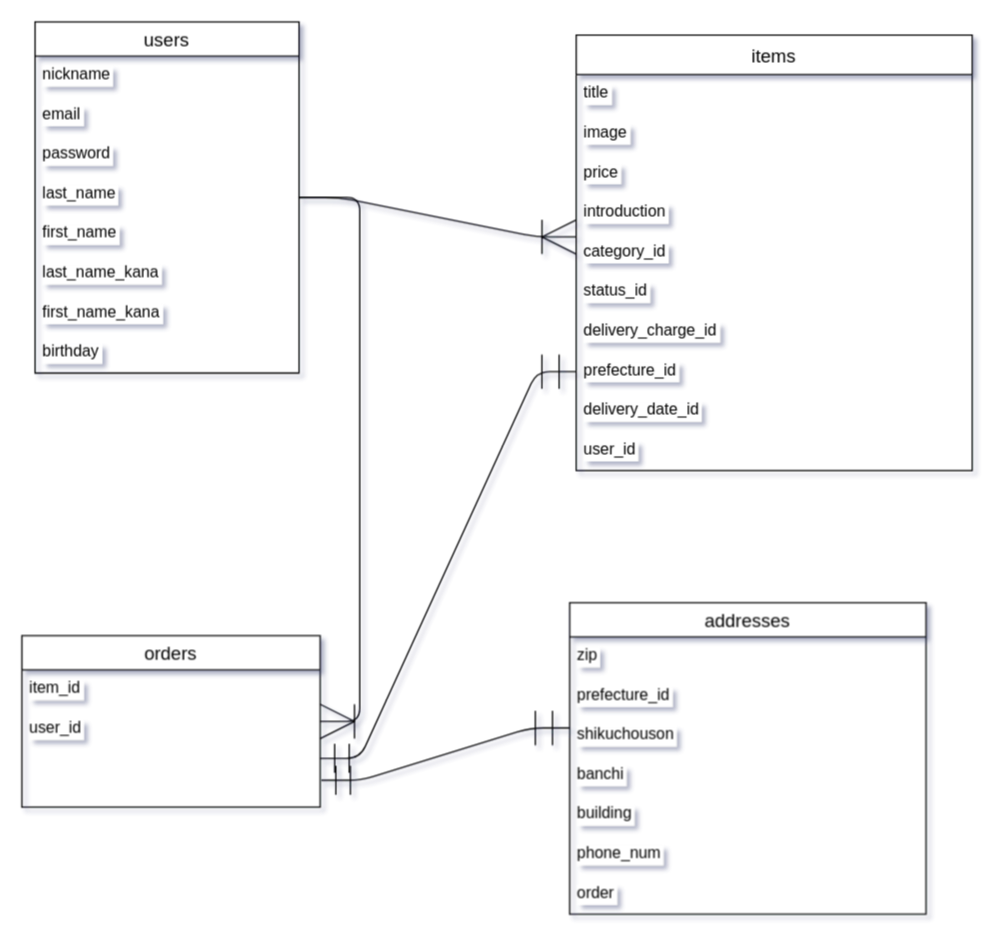
This is furima.dio from iehnfmsm/furima-38264, a draw.io file, before an edit. Source tidied: cells renumbered, new cells numbered last; positions are measured from the earlier drawing's top-left corner, leaving out a move shared by most shapes. Both pictures are drawn from the tidied source at 132%, with x=0, y=0 at pixel (21, 21).
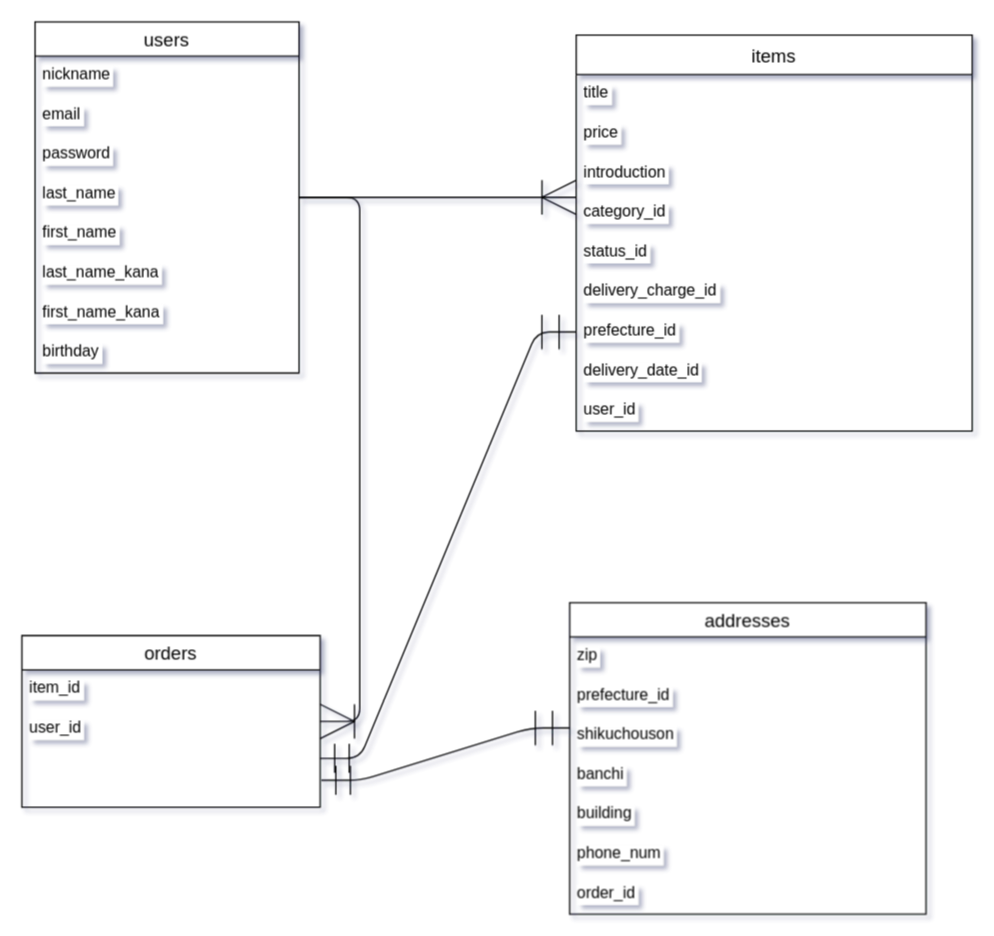
After the change.

The change refers to these unchanged cells:
```xml
<mxCell id="26" value="addresses" style="swimlane;fontStyle=0;horizontal=1;startSize=26;align=center;fontSize=14;labelBackgroundColor=#FFFFFF;fontColor=#000000;labelBorderColor=none;" parent="1" vertex="1">
  <mxGeometry x="415" y="440" width="270" height="236" as="geometry" />
</mxCell>
```

The edit, as a diff of the source:
```diff
@@
     <mxCell id="11" value="items" style="swimlane;fontStyle=0;horizontal=1;startSize=30;align=center;fontSize=14;labelBackgroundColor=#FFFFFF;fontColor=#000000;labelBorderColor=none;" parent="1" vertex="1">
-      <mxGeometry x="420" y="10" width="300" height="330" as="geometry" />
+      <mxGeometry x="420" y="10" width="300" height="300" as="geometry" />
     </mxCell>
@@
-    <mxCell id="13" value="image" style="text;strokeColor=none;fillColor=none;spacingLeft=4;spacingRight=4;overflow=hidden;fontSize=12;labelBackgroundColor=#FFFFFF;fontColor=#000000;labelBorderColor=none;" parent="11" vertex="1">
-      <mxGeometry y="60" width="300" height="30" as="geometry" />
-    </mxCell>
     <mxCell id="14" value="price&#10;" style="text;strokeColor=none;fillColor=none;spacingLeft=4;spacingRight=4;overflow=hidden;fontSize=12;labelBackgroundColor=#FFFFFF;fontColor=#000000;labelBorderColor=none;" parent="11" vertex="1">
-      <mxGeometry y="90" width="300" height="30" as="geometry" />
+      <mxGeometry y="60" width="300" height="30" as="geometry" />
     </mxCell>
     <mxCell id="15" value="introduction" style="text;strokeColor=none;fillColor=none;spacingLeft=4;spacingRight=4;overflow=hidden;fontSize=12;labelBackgroundColor=#FFFFFF;fontColor=#000000;labelBorderColor=none;" parent="11" vertex="1">
-      <mxGeometry y="120" width="300" height="30" as="geometry" />
+      <mxGeometry y="90" width="300" height="30" as="geometry" />
     </mxCell>
     <mxCell id="16" value="category_id" style="text;strokeColor=none;fillColor=none;spacingLeft=4;spacingRight=4;overflow=hidden;points=[[0,0.5],[1,0.5]];portConstraint=eastwest;fontSize=12;labelBackgroundColor=#FFFFFF;fontColor=#000000;labelBorderColor=none;" parent="11" vertex="1">
-      <mxGeometry y="150" width="300" height="30" as="geometry" />
+      <mxGeometry y="120" width="300" height="30" as="geometry" />
     </mxCell>
     <mxCell id="17" value="status_id" style="text;strokeColor=none;fillColor=none;spacingLeft=4;spacingRight=4;overflow=hidden;fontSize=12;labelBackgroundColor=#FFFFFF;fontColor=#000000;labelBorderColor=none;" parent="11" vertex="1">
-      <mxGeometry y="180" width="300" height="30" as="geometry" />
+      <mxGeometry y="150" width="300" height="30" as="geometry" />
     </mxCell>
     <mxCell id="18" value="delivery_charge_id" style="text;strokeColor=none;fillColor=none;spacingLeft=4;spacingRight=4;overflow=hidden;fontSize=12;labelBackgroundColor=#FFFFFF;fontColor=#000000;labelBorderColor=none;" parent="11" vertex="1">
-      <mxGeometry y="210" width="300" height="30" as="geometry" />
+      <mxGeometry y="180" width="300" height="30" as="geometry" />
     </mxCell>
     <mxCell id="19" value="prefecture_id" style="text;strokeColor=none;fillColor=none;spacingLeft=4;spacingRight=4;overflow=hidden;points=[[0,0.5],[1,0.5]];portConstraint=eastwest;fontSize=12;labelBackgroundColor=#FFFFFF;fontColor=#000000;labelBorderColor=none;" parent="11" vertex="1">
-      <mxGeometry y="240" width="300" height="30" as="geometry" />
+      <mxGeometry y="210" width="300" height="30" as="geometry" />
     </mxCell>
     <mxCell id="20" value="delivery_date_id" style="text;strokeColor=none;fillColor=none;spacingLeft=4;spacingRight=4;overflow=hidden;fontSize=12;labelBackgroundColor=#FFFFFF;fontColor=#000000;labelBorderColor=none;" parent="11" vertex="1">
-      <mxGeometry y="270" width="300" height="30" as="geometry" />
+      <mxGeometry y="240" width="300" height="30" as="geometry" />
     </mxCell>
     <mxCell id="21" value="user_id" style="text;strokeColor=none;fillColor=none;spacingLeft=4;spacingRight=4;overflow=hidden;fontSize=12;labelBackgroundColor=#FFFFFF;fontColor=#000000;labelBorderColor=none;" parent="11" vertex="1">
-      <mxGeometry y="300" width="300" height="30" as="geometry" />
+      <mxGeometry y="270" width="300" height="30" as="geometry" />
     </mxCell>
@@
-    <mxCell id="33" value="order" style="text;strokeColor=none;fillColor=none;spacingLeft=4;spacingRight=4;overflow=hidden;fontSize=12;labelBackgroundColor=#FFFFFF;fontColor=#000000;labelBorderColor=none;" parent="26" vertex="1">
+    <mxCell id="33" value="order_id" style="text;strokeColor=none;fillColor=none;spacingLeft=4;spacingRight=4;overflow=hidden;fontSize=12;labelBackgroundColor=#FFFFFF;fontColor=#000000;labelBorderColor=none;" parent="26" vertex="1">
       <mxGeometry y="206" width="270" height="30" as="geometry" />
     </mxCell>
```
